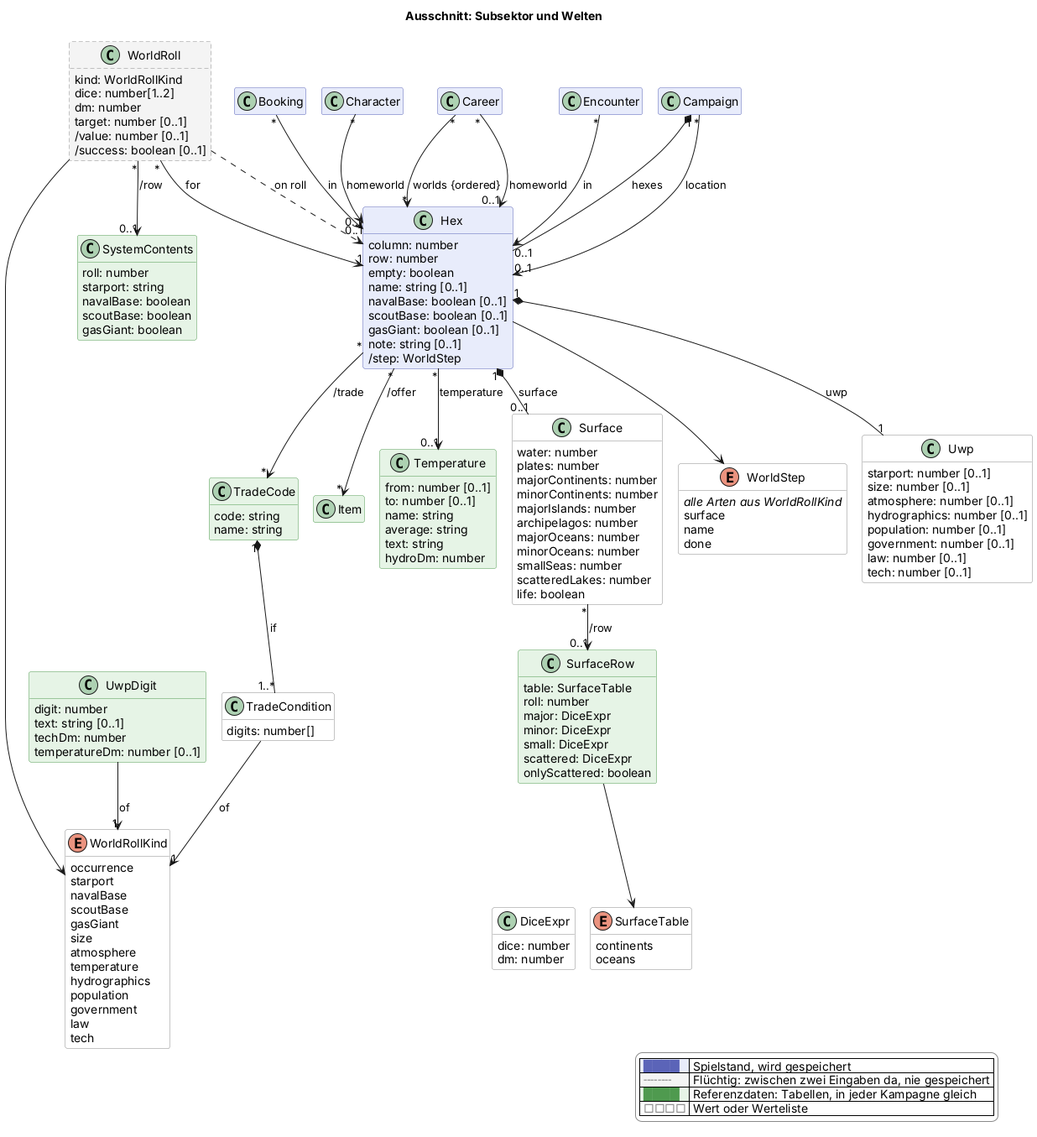
This is docs/views/sektor.png from scuzzar/SRE, a PlantUML export, as it was before one commit.
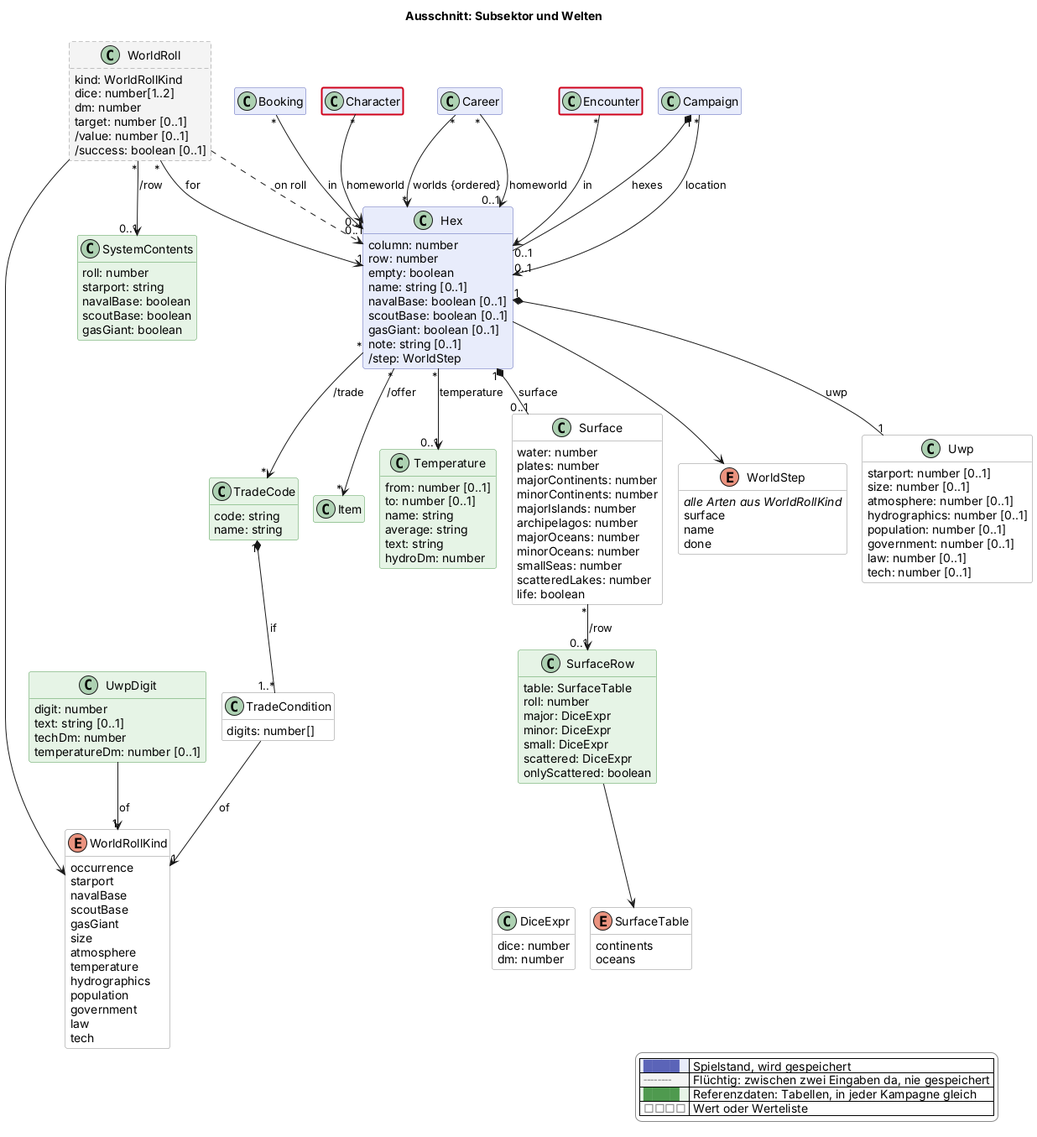
Above is the later version.

Diff of the diagram source:
```diff
@@ -221,4 +221,6 @@
   |<#e6f4e6> <color:#4f9a4f>████</color> | Referenzdaten: Tabellen, in jeder Kampagne gleich |
   |<#ffffff> <color:#8a8a8a>□□□□</color> | Wert oder Werteliste |
 endlegend
+class Character #line:d0021b;line.bold
+class Encounter #line:d0021b;line.bold
 @enduml
```
